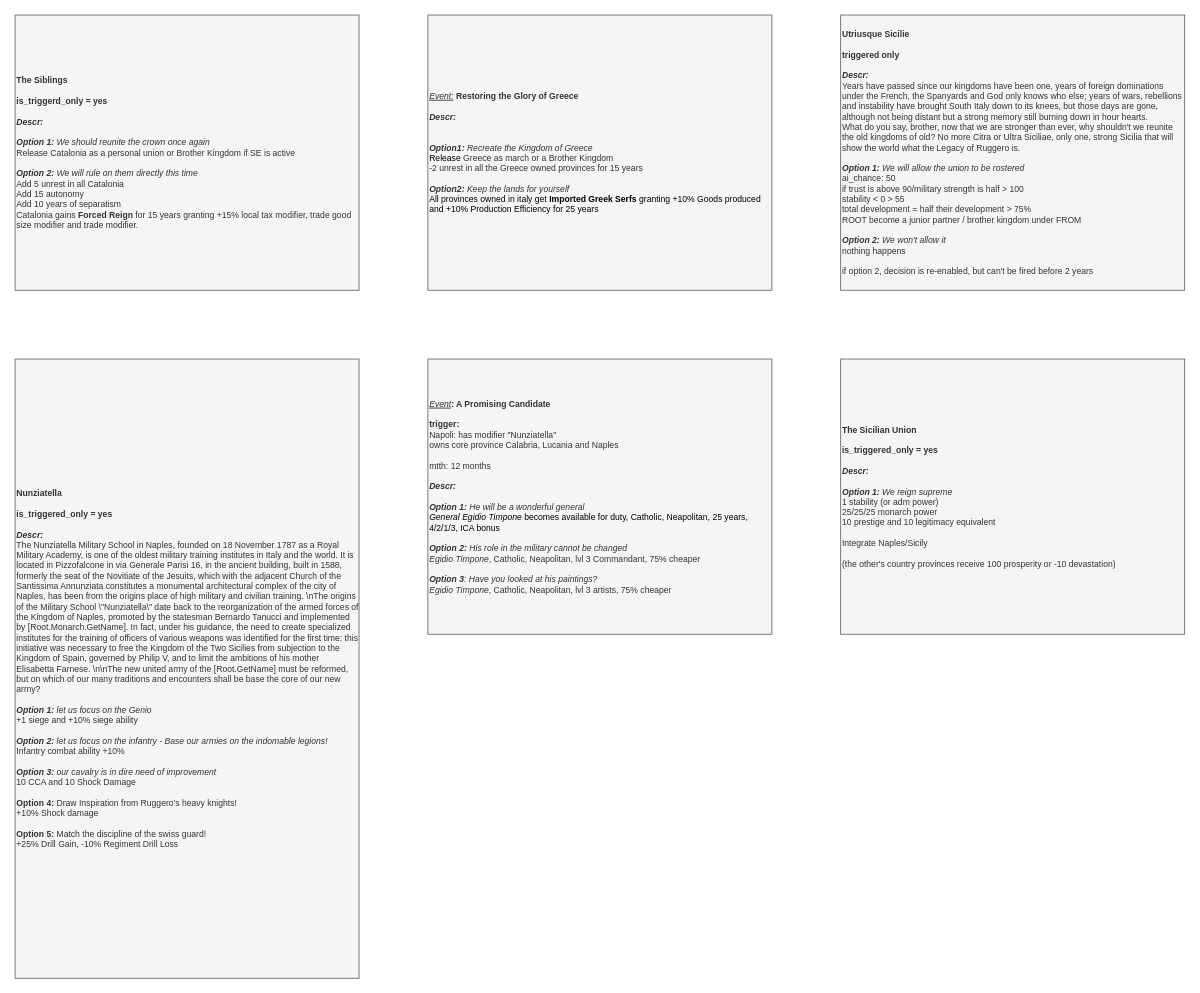
Earlier version of the draw.io diagram page "Event" (3 of 4) of It's Pizza and Cannoli Time/It's Pizza and Cannoli Time.drawio (Melvasul/Missions-Expanded). Source tidied: cells renumbered, new cells numbered last; positions are measured from the earlier drawing's top-left corner, leaving out a move shared by most shapes. Both pictures are drawn from the tidied source at 86%, with x=0, y=0 at pixel (15, 15).
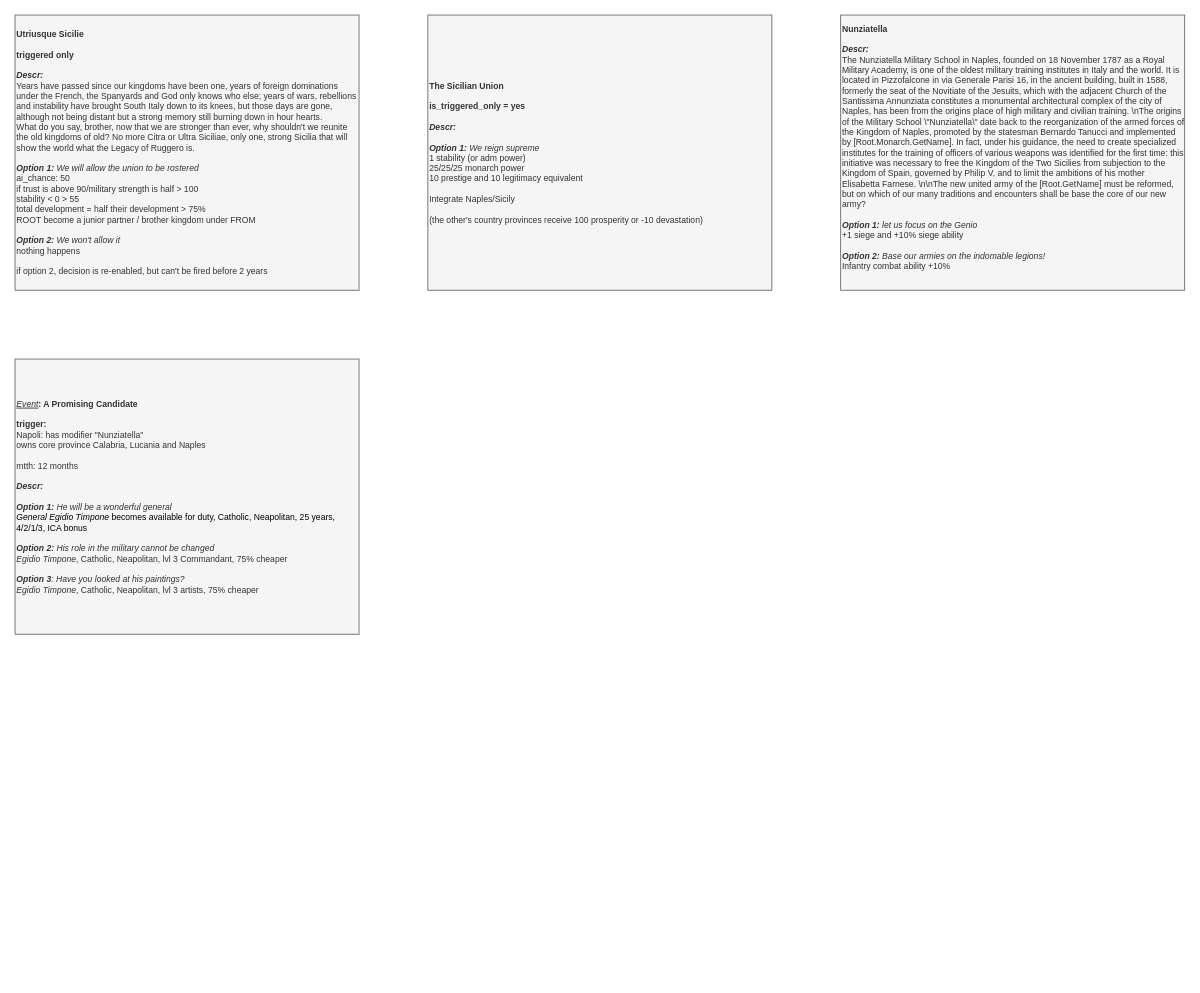
The same page after the edit.

Diff of the diagram source:
```diff
@@
 <mxGraphModel>
   <root>
     <mxCell id="0" />
     <mxCell id="1" parent="0" />
     <mxCell id="2" value="&lt;div style=&quot;font-size: 10px&quot;&gt;&lt;b style=&quot;font-size: 10px&quot;&gt;Utriusque Sicilie&lt;/b&gt;&lt;/div&gt;&lt;div style=&quot;font-size: 10px&quot;&gt;&lt;b style=&quot;font-size: 10px&quot;&gt;&lt;br style=&quot;font-size: 10px&quot;&gt;&lt;/b&gt;&lt;/div&gt;&lt;div style=&quot;font-size: 10px&quot;&gt;&lt;b style=&quot;font-size: 10px&quot;&gt;triggered only&lt;/b&gt;&lt;/div&gt;&lt;div style=&quot;font-size: 10px&quot;&gt;&lt;b style=&quot;font-size: 10px&quot;&gt;&lt;br&gt;&lt;/b&gt;&lt;/div&gt;&lt;div style=&quot;font-size: 10px&quot;&gt;&lt;font style=&quot;font-size: 10px&quot;&gt;&lt;div style=&quot;font-size: 10px&quot;&gt;&lt;b style=&quot;font-size: 10px&quot;&gt;&lt;i style=&quot;font-size: 10px&quot;&gt;Descr:&amp;nbsp;&lt;/i&gt;&lt;/b&gt;&lt;/div&gt;&lt;div style=&quot;font-size: 10px&quot;&gt;Years have passed since our kingdoms have been one, years of foreign dominations under the French, the Spanyards and God only knows who else; years of wars, rebellions and instability have brought South Italy down to its knees, but those days are gone, although not being distant but a strong memory still burning down in hour hearts.&lt;/div&gt;&lt;div style=&quot;font-size: 10px&quot;&gt;What do you say, brother, now that we are stronger than ever, why shouldn't we reunite the old kingdoms of old? No more Citra or Ultra Siciliae, only one, strong Sicilia that will show the world what the Legacy of Ruggero is.&lt;/div&gt;&lt;div style=&quot;font-size: 10px&quot;&gt;&lt;br style=&quot;font-size: 10px&quot;&gt;&lt;/div&gt;&lt;/font&gt;&lt;/div&gt;&lt;div style=&quot;font-size: 10px&quot;&gt;&lt;/div&gt;&lt;font style=&quot;font-size: 10px&quot;&gt;&lt;b style=&quot;font-size: 10px ; font-style: italic&quot;&gt;Option 1:&lt;/b&gt;&lt;span style=&quot;font-size: 10px ; font-style: italic&quot;&gt; &lt;/span&gt;&lt;i style=&quot;font-size: 10px&quot;&gt;We will allow the union to be rostered&lt;br style=&quot;font-size: 10px&quot;&gt;&lt;/i&gt;ai_chance: 50&lt;br style=&quot;font-size: 10px&quot;&gt;if trust is above 90/military strength is half &amp;gt; 100&lt;br style=&quot;font-size: 10px&quot;&gt;stability &amp;lt; 0 &amp;gt; 55&lt;br style=&quot;font-size: 10px&quot;&gt;total development = half their development &amp;gt; 75%&lt;br style=&quot;font-size: 10px&quot;&gt;ROOT become a junior partner / brother kingdom under FROM&lt;br style=&quot;font-size: 10px&quot;&gt;&lt;br style=&quot;font-size: 10px&quot;&gt;&lt;span style=&quot;font-size: 10px&quot;&gt;&lt;i style=&quot;font-size: 10px&quot;&gt;&lt;b style=&quot;font-size: 10px&quot;&gt;Option 2:&lt;/b&gt;&amp;nbsp;&lt;/i&gt;&lt;span style=&quot;font-size: 10px&quot;&gt;&lt;i style=&quot;font-size: 10px&quot;&gt;We won't allow it&lt;/i&gt;&lt;/span&gt;&lt;/span&gt;&lt;div style=&quot;font-size: 10px&quot;&gt;nothing happens&lt;/div&gt;&lt;div style=&quot;font-size: 10px&quot;&gt;&lt;br style=&quot;font-size: 10px&quot;&gt;&lt;/div&gt;&lt;div style=&quot;font-size: 10px&quot;&gt;if option 2, decision is re-enabled, but can't be fired before 2 years&lt;/div&gt;&lt;/font&gt;" style="rounded=0;whiteSpace=wrap;html=1;align=left;fontSize=10;fillColor=#f5f5f5;strokeColor=#666666;fontColor=#333333;" parent="1" vertex="1">
-      <mxGeometry x="960" width="400" height="320" as="geometry" />
+      <mxGeometry width="400" height="320" as="geometry" />
     </mxCell>
     <mxCell id="3" value="&lt;div style=&quot;font-size: 10px;&quot;&gt;&lt;i style=&quot;font-size: 10px;&quot;&gt;&lt;u style=&quot;font-size: 10px;&quot;&gt;Event&lt;/u&gt;&lt;/i&gt;&lt;b style=&quot;font-size: 10px;&quot;&gt;: A Promising Candidate&lt;/b&gt;&lt;/div&gt;&lt;div style=&quot;font-size: 10px;&quot;&gt;&lt;b style=&quot;font-size: 10px;&quot;&gt;&lt;br style=&quot;font-size: 10px;&quot;&gt;&lt;/b&gt;&lt;/div&gt;&lt;div style=&quot;font-size: 10px;&quot;&gt;&lt;span style=&quot;font-size: 10px;&quot;&gt;&lt;b style=&quot;font-size: 10px;&quot;&gt;trigger:&lt;/b&gt;&amp;nbsp;&lt;/span&gt;&lt;/div&gt;&lt;div style=&quot;font-size: 10px;&quot;&gt;&lt;span style=&quot;font-size: 10px;&quot;&gt;Napoli: has modifier &quot;Nunziatella&quot;&lt;/span&gt;&lt;/div&gt;&lt;div style=&quot;font-size: 10px;&quot;&gt;&lt;span style=&quot;font-size: 10px;&quot;&gt;owns core province Calabria, Lucania and Naples&lt;/span&gt;&lt;/div&gt;&lt;div style=&quot;font-size: 10px;&quot;&gt;&lt;span style=&quot;font-size: 10px;&quot;&gt;&lt;br style=&quot;font-size: 10px;&quot;&gt;&lt;/span&gt;&lt;/div&gt;&lt;div style=&quot;font-size: 10px;&quot;&gt;&lt;span style=&quot;font-size: 10px;&quot;&gt;mtth: 12 months&lt;/span&gt;&lt;/div&gt;&lt;div style=&quot;font-size: 10px;&quot;&gt;&lt;b style=&quot;font-size: 10px;&quot;&gt;&lt;br style=&quot;font-size: 10px;&quot;&gt;&lt;/b&gt;&lt;/div&gt;&lt;div style=&quot;font-size: 10px;&quot;&gt;&lt;font style=&quot;font-size: 10px;&quot;&gt;&lt;div style=&quot;font-size: 10px;&quot;&gt;&lt;b style=&quot;font-size: 10px;&quot;&gt;&lt;i style=&quot;font-size: 10px;&quot;&gt;Descr:&amp;nbsp;&lt;/i&gt;&lt;/b&gt;&lt;/div&gt;&lt;div style=&quot;font-size: 10px;&quot;&gt;&lt;br style=&quot;font-size: 10px;&quot;&gt;&lt;/div&gt;&lt;/font&gt;&lt;/div&gt;&lt;div style=&quot;font-size: 10px;&quot;&gt;&lt;/div&gt;&lt;font style=&quot;font-size: 10px;&quot;&gt;&lt;b style=&quot;font-size: 10px; font-style: italic;&quot;&gt;Option 1:&lt;/b&gt;&lt;span style=&quot;font-size: 10px; font-style: italic;&quot;&gt;&amp;nbsp;He will be a wonderful general&lt;/span&gt;&lt;br class=&quot;Apple-interchange-newline&quot; style=&quot;font-size: 10px;&quot;&gt;&lt;i style=&quot;font-size: 10px;&quot;&gt;&lt;span style=&quot;color: rgb(0, 0, 0); font-size: 10px;&quot;&gt;General&amp;nbsp;&lt;/span&gt;&lt;span style=&quot;color: rgb(0, 0, 0); font-size: 10px;&quot;&gt;Egidio Timpone&lt;/span&gt;&lt;/i&gt;&lt;span style=&quot;color: rgb(0, 0, 0); font-size: 10px;&quot;&gt;&amp;nbsp;becomes available for duty, Catholic, Neapolitan, 25 years, 4/2/1/3, ICA bonus&lt;/span&gt;&lt;br style=&quot;font-size: 10px;&quot;&gt;&lt;br style=&quot;font-size: 10px;&quot;&gt;&lt;span style=&quot;font-size: 10px;&quot;&gt;&lt;span style=&quot;font-size: 10px;&quot;&gt;&lt;b style=&quot;font-style: italic; font-size: 10px;&quot;&gt;Option 2:&lt;/b&gt;&lt;i style=&quot;font-size: 10px;&quot;&gt;&amp;nbsp;His role in the military cannot be changed&lt;/i&gt;&lt;br style=&quot;font-size: 10px;&quot;&gt;&lt;i style=&quot;font-size: 10px;&quot;&gt;Egidio Timpone&lt;/i&gt;, Catholic, Neapolitan, lvl 3 Commandant, 75% cheaper&lt;br style=&quot;font-size: 10px;&quot;&gt;&lt;br style=&quot;font-size: 10px;&quot;&gt;&lt;b style=&quot;font-style: italic; font-size: 10px;&quot;&gt;Option 3&lt;/b&gt;&lt;i style=&quot;font-size: 10px;&quot;&gt;: Have you looked at his paintings?&lt;/i&gt;&lt;br style=&quot;font-size: 10px;&quot;&gt;&lt;i style=&quot;font-size: 10px;&quot;&gt;Egidio Timpone&lt;/i&gt;, Catholic, Neapolitan, lvl 3 artists, 75% cheaper&lt;br style=&quot;font-size: 10px;&quot;&gt;&lt;/span&gt;&lt;/span&gt;&lt;/font&gt;" style="rounded=0;whiteSpace=wrap;html=1;align=left;fontSize=10;fillColor=#f5f5f5;strokeColor=#666666;fontColor=#333333;" parent="1" vertex="1">
-      <mxGeometry x="480" y="400" width="400" height="320" as="geometry" />
+      <mxGeometry y="400" width="400" height="320" as="geometry" />
     </mxCell>
-    <mxCell id="4" value="&lt;div style=&quot;font-size: 10px&quot;&gt;&lt;b style=&quot;font-size: 10px&quot;&gt;Nunziatella&lt;/b&gt;&lt;/div&gt;&lt;div style=&quot;font-size: 10px&quot;&gt;&lt;br style=&quot;font-size: 10px&quot;&gt;&lt;/div&gt;&lt;div style=&quot;font-size: 10px&quot;&gt;&lt;b style=&quot;font-size: 10px&quot;&gt;is_triggered_only = yes&lt;/b&gt;&lt;/div&gt;&lt;div style=&quot;font-size: 10px&quot;&gt;&lt;b style=&quot;font-size: 10px&quot;&gt;&lt;br style=&quot;font-size: 10px&quot;&gt;&lt;/b&gt;&lt;/div&gt;&lt;div&gt;&lt;font&gt;&lt;div style=&quot;font-size: 10px&quot;&gt;&lt;b style=&quot;font-size: 10px&quot;&gt;&lt;i style=&quot;font-size: 10px&quot;&gt;Descr:&lt;/i&gt;&lt;/b&gt;&lt;/div&gt;&lt;div style=&quot;font-size: 10px&quot;&gt;The Nunziatella Military School in Naples, founded on 18 November 1787 as a Royal Military Academy, is one of the oldest military training institutes in Italy and the world. It is located in Pizzofalcone in via Generale Parisi 16, in the ancient building, built in 1588, formerly the seat of the Novitiate of the Jesuits, which with the adjacent Church of the Santissima Annunziata constitutes a monumental architectural complex of the city of Naples, has been from the origins place of high military and civilian training. \n&lt;span style=&quot;font-size: 10px&quot;&gt;The origins of the Military School \&quot;Nunziatella\&quot; date back to the reorganization of the armed forces of the Kingdom of Naples, promoted by the statesman Bernardo Tanucci and implemented by [Root.Monarch.GetName]. In fact, under his guidance, the need to create specialized institutes for the training of officers of various weapons was identified for the first time: this initiative was necessary to free the Kingdom of the Two Sicilies from subjection to the Kingdom of Spain, governed by Philip V, and to limit the ambitions of his mother Elisabetta Farnese. \n\n&lt;/span&gt;&lt;span style=&quot;font-size: 10px&quot;&gt;The new united army of the [Root.GetName] must be reformed, but on which of our many traditions and encounters shall be base the core of our new army?&lt;/span&gt;&lt;/div&gt;&lt;div style=&quot;font-size: 10px&quot;&gt;&lt;span style=&quot;font-size: 10px&quot;&gt;&lt;br style=&quot;font-size: 10px&quot;&gt;&lt;/span&gt;&lt;/div&gt;&lt;div&gt;&lt;b style=&quot;font-size: 10px&quot;&gt;&lt;i style=&quot;font-size: 10px&quot;&gt;Option 1:&lt;/i&gt;&lt;/b&gt;&lt;i style=&quot;font-size: 10px&quot;&gt;&amp;nbsp;let us focus on the Genio&lt;/i&gt;&lt;br style=&quot;font-size: 10px&quot;&gt;+1 siege and +10% siege ability&lt;br style=&quot;font-size: 10px&quot;&gt;&lt;br style=&quot;font-size: 10px&quot;&gt;&lt;i style=&quot;font-size: 10px&quot;&gt;&lt;b style=&quot;font-size: 10px&quot;&gt;Option 2:&amp;nbsp;&lt;/b&gt;let us focus on the infantry -&amp;nbsp;&lt;/i&gt;&lt;i&gt;Base our armies on the indomable legions!&lt;/i&gt;&lt;br style=&quot;font-size: 10px&quot;&gt;Infantry combat ability +10%&lt;br style=&quot;font-size: 10px&quot;&gt;&lt;br style=&quot;font-size: 10px&quot;&gt;&lt;i style=&quot;font-size: 10px&quot;&gt;&lt;b style=&quot;font-size: 10px&quot;&gt;Option 3:&lt;/b&gt;&amp;nbsp;our cavalry is in dire need of improvement&lt;/i&gt;&lt;span style=&quot;font-size: 10px&quot;&gt;&lt;br style=&quot;font-size: 10px&quot;&gt;&lt;/span&gt;&lt;/div&gt;&lt;div style=&quot;font-size: 10px&quot;&gt;10 CCA and 10 Shock Damage&lt;/div&gt;&lt;div style=&quot;font-size: 10px&quot;&gt;&lt;/div&gt;&lt;/font&gt;&lt;/div&gt;&lt;font style=&quot;font-size: 10px&quot;&gt;&lt;br style=&quot;font-size: 10px&quot;&gt;&lt;b style=&quot;font-size: 10px&quot;&gt;Option 4: &lt;/b&gt;Draw Inspiration from Ruggero's heavy knights!&lt;br style=&quot;font-size: 10px&quot;&gt;+10% Shock damage&lt;br style=&quot;font-size: 10px&quot;&gt;&lt;br style=&quot;font-size: 10px&quot;&gt;&lt;b style=&quot;font-size: 10px&quot;&gt;Option 5: &lt;/b&gt;Match the discipline of the swiss guard!&lt;br style=&quot;font-size: 10px&quot;&gt;+25% Drill Gain, -10% Regiment Drill Loss&lt;br style=&quot;font-size: 10px&quot;&gt;&lt;/font&gt;" style="rounded=0;whiteSpace=wrap;html=1;align=left;fontSize=10;fillColor=#f5f5f5;strokeColor=#666666;fontColor=#333333;fontFamily=Helvetica;" parent="1" vertex="1">
-      <mxGeometry y="400" width="400" height="720" as="geometry" />
-    </mxCell>
     <mxCell id="5" value="&lt;div style=&quot;font-size: 10px;&quot;&gt;&lt;/div&gt;&lt;font style=&quot;font-size: 10px;&quot;&gt;&lt;b style=&quot;font-size: 10px;&quot;&gt;The Sicilian Union&lt;br style=&quot;font-size: 10px;&quot;&gt;&lt;/b&gt;&lt;br style=&quot;font-size: 10px;&quot;&gt;&lt;b style=&quot;font-size: 10px;&quot;&gt;is_triggered_only = yes&lt;br style=&quot;font-size: 10px;&quot;&gt;&lt;/b&gt;&lt;br style=&quot;font-size: 10px;&quot;&gt;&lt;b style=&quot;font-size: 10px;&quot;&gt;&lt;i style=&quot;font-size: 10px;&quot;&gt;Descr:&lt;/i&gt;&lt;/b&gt;&lt;br style=&quot;font-size: 10px;&quot;&gt;&lt;br style=&quot;font-size: 10px;&quot;&gt;&lt;i style=&quot;font-weight: bold; font-size: 10px;&quot;&gt;Option 1:&lt;/i&gt;&amp;nbsp;&lt;i style=&quot;font-size: 10px;&quot;&gt;We reign supreme&lt;/i&gt;&lt;br style=&quot;font-size: 10px;&quot;&gt;1 stability (or adm power)&lt;br style=&quot;font-size: 10px;&quot;&gt;25/25/25 monarch power&lt;br style=&quot;font-size: 10px;&quot;&gt;10 prestige and 10 legitimacy equivalent&lt;br style=&quot;font-size: 10px;&quot;&gt;&lt;br style=&quot;font-size: 10px;&quot;&gt;Integrate Naples/Sicily&lt;br style=&quot;font-size: 10px;&quot;&gt;&lt;br style=&quot;font-size: 10px;&quot;&gt;(the other's country provinces receive 100 prosperity or -10 devastation)&lt;br style=&quot;font-size: 10px;&quot;&gt;&lt;/font&gt;" style="rounded=0;whiteSpace=wrap;html=1;align=left;fontSize=10;fillColor=#f5f5f5;strokeColor=#666666;fontColor=#333333;fontFamily=Helvetica;" parent="1" vertex="1">
-      <mxGeometry x="960" y="400" width="400" height="320" as="geometry" />
+      <mxGeometry x="480" width="400" height="320" as="geometry" />
     </mxCell>
-    <mxCell id="6" value="&lt;div style=&quot;font-size: 10px;&quot;&gt;&lt;b style=&quot;font-size: 10px;&quot;&gt;The Siblings&lt;/b&gt;&lt;/div&gt;&lt;div style=&quot;font-size: 10px;&quot;&gt;&lt;br style=&quot;font-size: 10px;&quot;&gt;&lt;/div&gt;&lt;div style=&quot;font-size: 10px;&quot;&gt;&lt;b style=&quot;font-size: 10px;&quot;&gt;is_triggerd_only = yes&lt;/b&gt;&lt;/div&gt;&lt;div style=&quot;font-size: 10px;&quot;&gt;&lt;b style=&quot;font-size: 10px;&quot;&gt;&lt;br style=&quot;font-size: 10px;&quot;&gt;&lt;/b&gt;&lt;/div&gt;&lt;div style=&quot;font-size: 10px;&quot;&gt;&lt;font style=&quot;font-size: 10px;&quot;&gt;&lt;div style=&quot;font-size: 10px;&quot;&gt;&lt;b style=&quot;font-size: 10px;&quot;&gt;&lt;i style=&quot;font-size: 10px;&quot;&gt;Descr:&amp;nbsp;&lt;/i&gt;&lt;/b&gt;&lt;/div&gt;&lt;div style=&quot;font-size: 10px;&quot;&gt;&lt;b style=&quot;font-size: 10px;&quot;&gt;&lt;i style=&quot;font-size: 10px;&quot;&gt;&lt;br style=&quot;font-size: 10px;&quot;&gt;&lt;/i&gt;&lt;/b&gt;&lt;/div&gt;&lt;/font&gt;&lt;/div&gt;&lt;div style=&quot;font-size: 10px;&quot;&gt;&lt;/div&gt;&lt;font style=&quot;font-size: 10px;&quot;&gt;&lt;b style=&quot;font-size: 10px; font-style: italic;&quot;&gt;Option 1:&lt;/b&gt;&lt;span style=&quot;font-size: 10px; font-style: italic;&quot;&gt;&amp;nbsp;We should reunite the crown once again&lt;br style=&quot;font-size: 10px;&quot;&gt;&lt;/span&gt;&lt;span style=&quot;font-size: 10px;&quot;&gt;Release Catalonia as a personal union or Brother Kingdom if SE is active&lt;br style=&quot;font-size: 10px;&quot;&gt;&lt;br style=&quot;font-size: 10px;&quot;&gt;&lt;i style=&quot;font-size: 10px;&quot;&gt;&lt;b style=&quot;font-size: 10px;&quot;&gt;Option 2:&lt;/b&gt;&amp;nbsp;We will rule on them directly this time&lt;br style=&quot;font-size: 10px;&quot;&gt;&lt;/i&gt;Add 5 unrest in all Catalonia&lt;br style=&quot;font-size: 10px;&quot;&gt;Add 15 autonomy&lt;br style=&quot;font-size: 10px;&quot;&gt;Add 10 years of separatism&lt;br style=&quot;font-size: 10px;&quot;&gt;Catalonia gains &lt;b style=&quot;font-size: 10px;&quot;&gt;Forced Reign&lt;/b&gt;&amp;nbsp;for 15 years granting +15% local tax modifier, trade good size modifier and trade modifier.&lt;br style=&quot;font-size: 10px;&quot;&gt;&lt;/span&gt;&lt;/font&gt;" style="rounded=0;whiteSpace=wrap;html=1;align=left;fontSize=10;fillColor=#f5f5f5;strokeColor=#666666;fontColor=#333333;" parent="1" vertex="1">
-      <mxGeometry width="400" height="320" as="geometry" />
-    </mxCell>
-    <mxCell id="7" value="&lt;div style=&quot;font-size: 10px;&quot;&gt;&lt;u style=&quot;font-style: italic; font-size: 10px;&quot;&gt;Event:&lt;/u&gt;&amp;nbsp;&lt;b style=&quot;font-size: 10px;&quot;&gt;Restoring the Glory of Greece&lt;/b&gt;&lt;/div&gt;&lt;div style=&quot;font-size: 10px;&quot;&gt;&lt;b style=&quot;font-size: 10px;&quot;&gt;&lt;br style=&quot;font-size: 10px;&quot;&gt;&lt;/b&gt;&lt;/div&gt;&lt;div style=&quot;font-size: 10px;&quot;&gt;&lt;font style=&quot;font-size: 10px;&quot;&gt;&lt;div style=&quot;font-size: 10px;&quot;&gt;&lt;b style=&quot;font-size: 10px;&quot;&gt;&lt;i style=&quot;font-size: 10px;&quot;&gt;Descr:&lt;/i&gt;&lt;/b&gt;&lt;/div&gt;&lt;div style=&quot;font-size: 10px;&quot;&gt;&lt;br style=&quot;font-size: 10px;&quot;&gt;&lt;/div&gt;&lt;div style=&quot;font-size: 10px;&quot;&gt;&lt;br style=&quot;font-size: 10px;&quot;&gt;&lt;/div&gt;&lt;/font&gt;&lt;/div&gt;&lt;div style=&quot;font-size: 10px;&quot;&gt;&lt;font style=&quot;font-size: 10px;&quot;&gt;&lt;span style=&quot;font-size: 10px;&quot;&gt;&lt;i style=&quot;font-size: 10px;&quot;&gt;&lt;b style=&quot;font-size: 10px;&quot;&gt;Option1: &lt;/b&gt;Recreate the Kingdom of Greece&lt;/i&gt;&lt;/span&gt;&lt;br style=&quot;font-size: 10px;&quot;&gt;&lt;/font&gt;&lt;/div&gt;&lt;div style=&quot;font-size: 10px;&quot;&gt;&lt;span style=&quot;font-size: 10px;&quot;&gt;&lt;font color=&quot;#000000&quot; style=&quot;font-size: 10px;&quot;&gt;Release&amp;nbsp;&lt;/font&gt;Greece as march or a Brother Kingdom&lt;/span&gt;&lt;br style=&quot;font-size: 10px;&quot;&gt;&lt;/div&gt;&lt;div style=&quot;font-size: 10px;&quot;&gt;&lt;span style=&quot;font-size: 10px;&quot;&gt;-2 unrest in all the Greece owned provinces for 15 years&lt;/span&gt;&lt;/div&gt;&lt;div style=&quot;font-size: 10px;&quot;&gt;&lt;br style=&quot;font-size: 10px;&quot;&gt;&lt;/div&gt;&lt;div style=&quot;font-size: 10px;&quot;&gt;&lt;font style=&quot;font-size: 10px;&quot;&gt;&lt;span style=&quot;font-size: 10px;&quot;&gt;&lt;i style=&quot;font-size: 10px;&quot;&gt;&lt;b style=&quot;font-size: 10px;&quot;&gt;Option2:&lt;/b&gt;&amp;nbsp;Keep the lands for yourself&lt;/i&gt;&lt;/span&gt;&lt;/font&gt;&lt;/div&gt;&lt;div style=&quot;font-size: 10px;&quot;&gt;&lt;div style=&quot;font-size: 10px;&quot;&gt;&lt;font color=&quot;#000000&quot; style=&quot;font-size: 10px;&quot;&gt;All provinces owned in italy get &lt;b style=&quot;font-size: 10px;&quot;&gt;Imported Greek Serfs&lt;/b&gt;&amp;nbsp;granting +10% Goods produced and +10% Production Efficiency for 25 years&lt;/font&gt;&lt;/div&gt;&lt;/div&gt;" style="rounded=0;whiteSpace=wrap;html=1;align=left;fontSize=10;fillColor=#f5f5f5;strokeColor=#666666;fontColor=#333333;" parent="1" vertex="1">
-      <mxGeometry x="480" width="400" height="320" as="geometry" />
-    </mxCell>
+    <mxCell id="8" value="&lt;div style=&quot;font-size: 10px&quot;&gt;&lt;b style=&quot;font-size: 10px&quot;&gt;Nunziatella&lt;/b&gt;&lt;/div&gt;&lt;div style=&quot;font-size: 10px&quot;&gt;&lt;br style=&quot;font-size: 10px&quot;&gt;&lt;/div&gt;&lt;div style=&quot;font-size: 10px&quot;&gt;&lt;b&gt;&lt;i&gt;Descr:&lt;/i&gt;&lt;/b&gt;&lt;br&gt;&lt;/div&gt;&lt;div&gt;&lt;font&gt;&lt;div style=&quot;font-size: 10px&quot;&gt;The Nunziatella Military School in Naples, founded on 18 November 1787 as a Royal Military Academy, is one of the oldest military training institutes in Italy and the world. It is located in Pizzofalcone in via Generale Parisi 16, in the ancient building, built in 1588, formerly the seat of the Novitiate of the Jesuits, which with the adjacent Church of the Santissima Annunziata constitutes a monumental architectural complex of the city of Naples, has been from the origins place of high military and civilian training. \n&lt;span style=&quot;font-size: 10px&quot;&gt;The origins of the Military School \&quot;Nunziatella\&quot; date back to the reorganization of the armed forces of the Kingdom of Naples, promoted by the statesman Bernardo Tanucci and implemented by [Root.Monarch.GetName]. In fact, under his guidance, the need to create specialized institutes for the training of officers of various weapons was identified for the first time: this initiative was necessary to free the Kingdom of the Two Sicilies from subjection to the Kingdom of Spain, governed by Philip V, and to limit the ambitions of his mother Elisabetta Farnese. \n\n&lt;/span&gt;&lt;span style=&quot;font-size: 10px&quot;&gt;The new united army of the [Root.GetName] must be reformed, but on which of our many traditions and encounters shall be base the core of our new army?&lt;/span&gt;&lt;/div&gt;&lt;div style=&quot;font-size: 10px&quot;&gt;&lt;span style=&quot;font-size: 10px&quot;&gt;&lt;br style=&quot;font-size: 10px&quot;&gt;&lt;/span&gt;&lt;/div&gt;&lt;div&gt;&lt;b style=&quot;font-size: 10px&quot;&gt;&lt;i style=&quot;font-size: 10px&quot;&gt;Option 1:&lt;/i&gt;&lt;/b&gt;&lt;i style=&quot;font-size: 10px&quot;&gt;&amp;nbsp;let us focus on the Genio&lt;/i&gt;&lt;br style=&quot;font-size: 10px&quot;&gt;+1 siege and +10% siege ability&lt;br style=&quot;font-size: 10px&quot;&gt;&lt;br style=&quot;font-size: 10px&quot;&gt;&lt;i style=&quot;font-size: 10px&quot;&gt;&lt;b style=&quot;font-size: 10px&quot;&gt;Option 2:&amp;nbsp;&lt;/b&gt;&lt;/i&gt;&lt;i&gt;Base our armies on the indomable legions!&lt;/i&gt;&lt;br style=&quot;font-size: 10px&quot;&gt;Infantry combat ability +10%&lt;/div&gt;&lt;/font&gt;&lt;/div&gt;&lt;font style=&quot;font-size: 10px&quot;&gt;&lt;br style=&quot;font-size: 10px&quot;&gt;&lt;/font&gt;" style="rounded=0;whiteSpace=wrap;html=1;align=left;fontSize=10;fillColor=#f5f5f5;strokeColor=#666666;fontColor=#333333;fontFamily=Helvetica;" parent="1" vertex="1">
+      <mxGeometry x="960" width="400" height="320" as="geometry" />
+    </mxCell>
   </root>
 </mxGraphModel>
```
